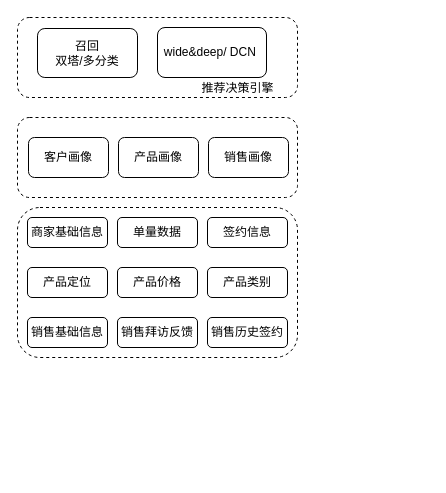
The draw.io diagram 产品推荐.drawio in JintaiYang/drawio, before the edit. Source tidied: cells renumbered, new cells numbered last; positions are measured from the earlier drawing's top-left corner, leaving out a move shared by most shapes. Both pictures are drawn from the tidied source at 100%, with x=0, y=0 at pixel (17, 17).
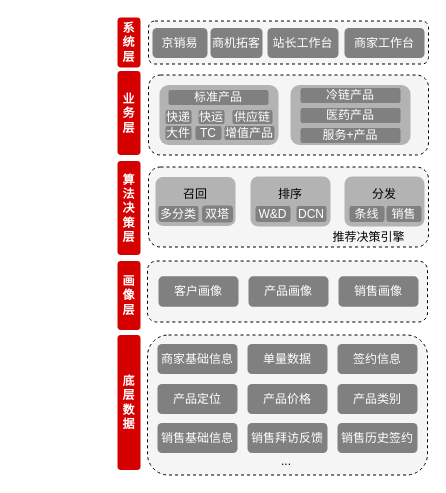
The same diagram, later.

Commit message:
更新产品推荐.drawio

Change to the diagram source:
```diff
@@
-    <mxCell id="2" style="rounded=1;whiteSpace=wrap;html=1;dashed=1;" parent="1" vertex="1">
-      <mxGeometry y="190" width="280" height="150" as="geometry" />
+    <mxCell id="2" style="rounded=1;whiteSpace=wrap;html=1;dashed=1;fillColor=#f5f5f5;fontColor=#333333;strokeColor=#000000;" parent="1" vertex="1">
+      <mxGeometry x="130" y="317.5" width="280" height="140" as="geometry" />
     </mxCell>
-    <mxCell id="3" value="商家基础信息" style="rounded=1;whiteSpace=wrap;html=1;" parent="1" vertex="1">
-      <mxGeometry x="10" y="200" width="80" height="30" as="geometry" />
+    <mxCell id="3" value="商家基础信息" style="rounded=1;whiteSpace=wrap;html=1;fillColor=#808080;fontColor=#FFFFFF;strokeColor=none;" parent="1" vertex="1">
+      <mxGeometry x="140" y="326.5" width="80" height="30" as="geometry" />
     </mxCell>
-    <mxCell id="4" value="单量数据" style="rounded=1;whiteSpace=wrap;html=1;" parent="1" vertex="1">
-      <mxGeometry x="100" y="200" width="80" height="30" as="geometry" />
+    <mxCell id="4" value="单量数据" style="rounded=1;whiteSpace=wrap;html=1;fillColor=#808080;strokeColor=none;fontColor=#FFFFFF;" parent="1" vertex="1">
+      <mxGeometry x="230" y="326.5" width="80" height="30" as="geometry" />
     </mxCell>
-    <mxCell id="5" value="签约信息" style="rounded=1;whiteSpace=wrap;html=1;" parent="1" vertex="1">
-      <mxGeometry x="190" y="200" width="80" height="30" as="geometry" />
+    <mxCell id="5" value="签约信息" style="rounded=1;whiteSpace=wrap;html=1;strokeColor=none;fillColor=#808080;fontColor=#FFFFFF;" parent="1" vertex="1">
+      <mxGeometry x="320" y="326.5" width="80" height="30" as="geometry" />
     </mxCell>
-    <mxCell id="6" value="产品定位" style="rounded=1;whiteSpace=wrap;html=1;" parent="1" vertex="1">
-      <mxGeometry x="10" y="250" width="80" height="30" as="geometry" />
+    <mxCell id="6" value="产品定位" style="rounded=1;whiteSpace=wrap;html=1;fillColor=#808080;strokeColor=none;fontColor=#FFFFFF;" parent="1" vertex="1">
+      <mxGeometry x="140" y="366.5" width="80" height="30" as="geometry" />
     </mxCell>
-    <mxCell id="7" value="产品价格" style="rounded=1;whiteSpace=wrap;html=1;" parent="1" vertex="1">
-      <mxGeometry x="100" y="250" width="80" height="30" as="geometry" />
+    <mxCell id="7" value="产品价格" style="rounded=1;whiteSpace=wrap;html=1;fillColor=#808080;strokeColor=none;fontColor=#FFFFFF;" parent="1" vertex="1">
+      <mxGeometry x="230" y="366.5" width="80" height="30" as="geometry" />
     </mxCell>
-    <mxCell id="8" value="产品类别" style="rounded=1;whiteSpace=wrap;html=1;" parent="1" vertex="1">
-      <mxGeometry x="190" y="250" width="80" height="30" as="geometry" />
+    <mxCell id="8" value="产品类别" style="rounded=1;whiteSpace=wrap;html=1;strokeColor=none;fillColor=#808080;fontColor=#FFFFFF;" parent="1" vertex="1">
+      <mxGeometry x="320" y="366.5" width="80" height="30" as="geometry" />
     </mxCell>
-    <mxCell id="9" value="销售基础信息" style="rounded=1;whiteSpace=wrap;html=1;" parent="1" vertex="1">
-      <mxGeometry x="10" y="300" width="80" height="30" as="geometry" />
+    <mxCell id="9" value="销售基础信息" style="rounded=1;whiteSpace=wrap;html=1;fillColor=#808080;strokeColor=none;fontColor=#FFFFFF;" parent="1" vertex="1">
+      <mxGeometry x="140" y="405.5" width="80" height="30" as="geometry" />
     </mxCell>
-    <mxCell id="10" value="销售拜访反馈" style="rounded=1;whiteSpace=wrap;html=1;" parent="1" vertex="1">
-      <mxGeometry x="100" y="300" width="80" height="30" as="geometry" />
+    <mxCell id="10" value="销售拜访反馈" style="rounded=1;whiteSpace=wrap;html=1;fillColor=#808080;strokeColor=none;fontColor=#FFFFFF;" parent="1" vertex="1">
+      <mxGeometry x="230" y="405.5" width="80" height="30" as="geometry" />
     </mxCell>
-    <mxCell id="11" value="销售历史签约" style="rounded=1;whiteSpace=wrap;html=1;" parent="1" vertex="1">
-      <mxGeometry x="190" y="300" width="80" height="30" as="geometry" />
+    <mxCell id="11" value="销售历史签约" style="rounded=1;whiteSpace=wrap;html=1;fillColor=#808080;strokeColor=none;fontColor=#FFFFFF;" parent="1" vertex="1">
+      <mxGeometry x="320" y="405.5" width="80" height="30" as="geometry" />
     </mxCell>
+    <mxCell id="20" value="..." style="text;html=1;strokeColor=none;fillColor=none;align=center;verticalAlign=middle;whiteSpace=wrap;rounded=0;" parent="1" vertex="1">
+      <mxGeometry x="239" y="428.5" width="60" height="30" as="geometry" />
+    </mxCell>
-    <mxCell id="12" style="rounded=1;whiteSpace=wrap;html=1;dashed=1;" parent="1" vertex="1">
-      <mxGeometry y="100" width="280" height="80" as="geometry" />
+    <mxCell id="12" style="rounded=1;whiteSpace=wrap;html=1;dashed=1;fillColor=#f5f5f5;fontColor=#333333;strokeColor=#000000;" parent="1" vertex="1">
+      <mxGeometry x="130" y="243.5" width="280" height="61" as="geometry" />
     </mxCell>
-    <mxCell id="13" value="客户画像" style="rounded=1;whiteSpace=wrap;html=1;" parent="1" vertex="1">
-      <mxGeometry x="11" y="120" width="80" height="40" as="geometry" />
+    <mxCell id="13" value="客户画像" style="rounded=1;whiteSpace=wrap;html=1;fillColor=#808080;strokeColor=none;fontColor=#FFFFFF;" parent="1" vertex="1">
+      <mxGeometry x="141" y="258.8" width="80" height="30.5" as="geometry" />
     </mxCell>
-    <mxCell id="14" value="销售画像" style="rounded=1;whiteSpace=wrap;html=1;" parent="1" vertex="1">
-      <mxGeometry x="191" y="120" width="80" height="40" as="geometry" />
+    <mxCell id="14" value="销售画像" style="rounded=1;whiteSpace=wrap;html=1;fillColor=#808080;strokeColor=none;fontColor=#FFFFFF;" parent="1" vertex="1">
+      <mxGeometry x="321" y="258.8" width="80" height="30.5" as="geometry" />
     </mxCell>
-    <mxCell id="15" value="产品画像" style="rounded=1;whiteSpace=wrap;html=1;" parent="1" vertex="1">
-      <mxGeometry x="101" y="120" width="80" height="40" as="geometry" />
+    <mxCell id="15" value="产品画像" style="rounded=1;whiteSpace=wrap;html=1;fillColor=#808080;strokeColor=none;fontColor=#FFFFFF;" parent="1" vertex="1">
+      <mxGeometry x="231" y="258.8" width="80" height="30.5" as="geometry" />
     </mxCell>
+    <mxCell id="21" value="&lt;b&gt;&lt;font color=&quot;#ffffff&quot;&gt;系统层&lt;/font&gt;&lt;/b&gt;" style="rounded=1;whiteSpace=wrap;html=1;shadow=0;strokeColor=none;fillColor=#D50101;" parent="1" vertex="1">
+      <mxGeometry x="100" width="23" height="50" as="geometry" />
+    </mxCell>
+    <mxCell id="22" value="&lt;b&gt;&lt;font color=&quot;#ffffff&quot;&gt;底层数据&lt;/font&gt;&lt;/b&gt;" style="rounded=1;whiteSpace=wrap;html=1;shadow=0;strokeColor=none;fillColor=#D50101;" parent="1" vertex="1">
+      <mxGeometry x="100" y="317.5" width="23" height="135" as="geometry" />
+    </mxCell>
+    <mxCell id="23" value="&lt;font color=&quot;#ffffff&quot;&gt;&lt;b&gt;画像层&lt;/b&gt;&lt;/font&gt;" style="rounded=1;whiteSpace=wrap;html=1;shadow=0;strokeColor=none;fillColor=#D50101;" parent="1" vertex="1">
+      <mxGeometry x="100" y="243.5" width="23" height="69" as="geometry" />
+    </mxCell>
+    <mxCell id="24" value="&lt;font color=&quot;#ffffff&quot;&gt;&lt;b&gt;算法决策层&lt;/b&gt;&lt;/font&gt;" style="rounded=1;whiteSpace=wrap;html=1;shadow=0;strokeColor=none;fillColor=#D50101;" parent="1" vertex="1">
+      <mxGeometry x="100" y="143.5" width="23" height="94" as="geometry" />
+    </mxCell>
+    <mxCell id="25" value="&lt;font color=&quot;#ffffff&quot;&gt;&lt;b&gt;业务层&lt;/b&gt;&lt;/font&gt;" style="rounded=1;whiteSpace=wrap;html=1;shadow=0;strokeColor=none;fillColor=#D50101;" parent="1" vertex="1">
+      <mxGeometry x="100" y="53.5" width="23" height="84" as="geometry" />
+    </mxCell>
-    <mxCell id="16" style="rounded=1;whiteSpace=wrap;html=1;dashed=1;" parent="1" vertex="1">
-      <mxGeometry width="280" height="80" as="geometry" />
+    <mxCell id="16" style="rounded=1;whiteSpace=wrap;html=1;dashed=1;fillColor=#f5f5f5;fontColor=#333333;strokeColor=#000000;" parent="1" vertex="1">
+      <mxGeometry x="131" y="149.5" width="280" height="80" as="geometry" />
     </mxCell>
-    <mxCell id="17" value="召回&lt;br&gt;双塔/多分类" style="rounded=1;whiteSpace=wrap;html=1;" parent="1" vertex="1">
-      <mxGeometry x="20" y="11" width="100" height="49" as="geometry" />
+    <mxCell id="17" value="召回&lt;br&gt;&lt;br&gt;" style="rounded=1;whiteSpace=wrap;html=1;fillColor=#B3B3B3;strokeColor=none;" parent="1" vertex="1">
+      <mxGeometry x="138" y="159.5" width="80" height="49" as="geometry" />
     </mxCell>
-    <mxCell id="18" value="wide&amp;amp;deep/ DCN&amp;nbsp;" style="rounded=1;whiteSpace=wrap;html=1;" parent="1" vertex="1">
-      <mxGeometry x="140" y="10" width="109" height="50" as="geometry" />
+    <mxCell id="18" value="排序&lt;br&gt;&lt;br&gt;" style="rounded=1;whiteSpace=wrap;html=1;fillColor=#B3B3B3;strokeColor=none;" parent="1" vertex="1">
+      <mxGeometry x="233" y="159" width="80" height="50" as="geometry" />
     </mxCell>
     <mxCell id="19" value="推荐决策引擎" style="text;html=1;strokeColor=none;fillColor=none;align=center;verticalAlign=middle;whiteSpace=wrap;rounded=0;" parent="1" vertex="1">
-      <mxGeometry x="181" y="56" width="79" height="30" as="geometry" />
+      <mxGeometry x="312" y="204.5" width="79" height="30" as="geometry" />
     </mxCell>
+    <mxCell id="26" value="分发&lt;br&gt;&lt;br&gt;" style="rounded=1;whiteSpace=wrap;html=1;fillColor=#B3B3B3;strokeColor=none;" parent="1" vertex="1">
+      <mxGeometry x="327" y="159" width="80" height="50" as="geometry" />
+    </mxCell>
+    <mxCell id="27" value="双塔" style="rounded=1;whiteSpace=wrap;html=1;strokeColor=#808080;fillColor=#808080;fontColor=#FFFFFF;" parent="1" vertex="1">
+      <mxGeometry x="185" y="188.5" width="30" height="16" as="geometry" />
+    </mxCell>
+    <mxCell id="28" value="多分类" style="rounded=1;whiteSpace=wrap;html=1;fillColor=#808080;strokeColor=none;fontColor=#FFFFFF;" parent="1" vertex="1">
+      <mxGeometry x="141" y="188.5" width="40" height="16" as="geometry" />
+    </mxCell>
+    <mxCell id="29" value="W&amp;amp;D" style="rounded=1;whiteSpace=wrap;html=1;fillColor=#808080;strokeColor=none;fontColor=#FFFFFF;" parent="1" vertex="1">
+      <mxGeometry x="238" y="188.5" width="35" height="16" as="geometry" />
+    </mxCell>
+    <mxCell id="30" value="DCN" style="rounded=1;whiteSpace=wrap;html=1;fillColor=#808080;strokeColor=none;fontColor=#FFFFFF;" parent="1" vertex="1">
+      <mxGeometry x="279" y="188.5" width="30" height="16" as="geometry" />
+    </mxCell>
+    <mxCell id="31" value="条线" style="rounded=1;whiteSpace=wrap;html=1;strokeColor=none;fillColor=#808080;fontColor=#FFFFFF;" parent="1" vertex="1">
+      <mxGeometry x="332" y="188.5" width="35" height="16" as="geometry" />
+    </mxCell>
+    <mxCell id="32" value="销售" style="rounded=1;whiteSpace=wrap;html=1;strokeColor=none;fillColor=#808080;fontColor=#FFFFFF;" parent="1" vertex="1">
+      <mxGeometry x="369" y="188.5" width="35" height="16" as="geometry" />
+    </mxCell>
+    <mxCell id="33" style="rounded=1;whiteSpace=wrap;html=1;dashed=1;fillColor=#f5f5f5;fontColor=#333333;strokeColor=#000000;" parent="1" vertex="1">
+      <mxGeometry x="131" y="57.5" width="280" height="80" as="geometry" />
+    </mxCell>
+    <mxCell id="34" value="&amp;nbsp;&amp;nbsp;" style="rounded=1;whiteSpace=wrap;html=1;fillColor=#B3B3B3;fontColor=#333333;strokeColor=none;" parent="1" vertex="1">
+      <mxGeometry x="142" y="67.5" width="119" height="60" as="geometry" />
+    </mxCell>
+    <mxCell id="35" style="rounded=1;whiteSpace=wrap;html=1;fillColor=#B3B3B3;fontColor=#333333;strokeColor=none;" parent="1" vertex="1">
+      <mxGeometry x="273" y="67.5" width="120" height="60" as="geometry" />
+    </mxCell>
+    <mxCell id="36" value="标准产品" style="rounded=1;whiteSpace=wrap;html=1;fillColor=#808080;fontColor=#FFFFFF;strokeColor=none;" parent="1" vertex="1">
+      <mxGeometry x="151" y="72.5" width="100" height="15" as="geometry" />
+    </mxCell>
+    <mxCell id="37" value="供应链" style="rounded=1;whiteSpace=wrap;html=1;fillColor=#808080;fontColor=#FFFFFF;strokeColor=none;" parent="1" vertex="1">
+      <mxGeometry x="215" y="92.5" width="40" height="14" as="geometry" />
+    </mxCell>
+    <mxCell id="38" value="快运" style="rounded=1;whiteSpace=wrap;html=1;fillColor=#808080;fontColor=#FFFFFF;strokeColor=none;" parent="1" vertex="1">
+      <mxGeometry x="181" y="92.5" width="26" height="14" as="geometry" />
+    </mxCell>
+    <mxCell id="39" value="快递" style="rounded=1;whiteSpace=wrap;html=1;fillColor=#808080;fontColor=#FFFFFF;strokeColor=none;" parent="1" vertex="1">
+      <mxGeometry x="148" y="92.5" width="26" height="14" as="geometry" />
+    </mxCell>
+    <mxCell id="40" value="TC" style="rounded=1;whiteSpace=wrap;html=1;fillColor=#808080;fontColor=#FFFFFF;strokeColor=none;" parent="1" vertex="1">
+      <mxGeometry x="178" y="108.5" width="26" height="14" as="geometry" />
+    </mxCell>
+    <mxCell id="41" value="大件" style="rounded=1;whiteSpace=wrap;html=1;fillColor=#808080;fontColor=#FFFFFF;strokeColor=none;" parent="1" vertex="1">
+      <mxGeometry x="148" y="108.5" width="26" height="14" as="geometry" />
+    </mxCell>
+    <mxCell id="42" value="增值产品" style="rounded=1;whiteSpace=wrap;html=1;fillColor=#808080;fontColor=#FFFFFF;strokeColor=none;" parent="1" vertex="1">
+      <mxGeometry x="207" y="108.5" width="50" height="14" as="geometry" />
+    </mxCell>
+    <mxCell id="43" value="冷链产品" style="rounded=1;whiteSpace=wrap;html=1;fillColor=#808080;fontColor=#FFFFFF;strokeColor=none;" parent="1" vertex="1">
+      <mxGeometry x="283" y="70.5" width="100" height="15" as="geometry" />
+    </mxCell>
+    <mxCell id="44" value="医药产品" style="rounded=1;whiteSpace=wrap;html=1;fillColor=#808080;fontColor=#FFFFFF;strokeColor=none;" parent="1" vertex="1">
+      <mxGeometry x="283" y="90.5" width="100" height="15" as="geometry" />
+    </mxCell>
+    <mxCell id="45" value="服务+产品" style="rounded=1;whiteSpace=wrap;html=1;fillColor=#808080;fontColor=#FFFFFF;strokeColor=none;" parent="1" vertex="1">
+      <mxGeometry x="283" y="110.5" width="100" height="15" as="geometry" />
+    </mxCell>
+    <mxCell id="46" style="rounded=1;whiteSpace=wrap;html=1;dashed=1;fillColor=#f5f5f5;fontColor=#333333;strokeColor=#000000;" parent="1" vertex="1">
+      <mxGeometry x="131" y="3.5" width="280" height="43" as="geometry" />
+    </mxCell>
+    <mxCell id="47" value="京销易" style="rounded=1;whiteSpace=wrap;html=1;fillColor=#808080;strokeColor=none;fontColor=#FFFFFF;" parent="1" vertex="1">
+      <mxGeometry x="135" y="10.5" width="55" height="30" as="geometry" />
+    </mxCell>
+    <mxCell id="48" value="商机拓客" style="rounded=1;whiteSpace=wrap;html=1;fillColor=#808080;strokeColor=none;fontColor=#FFFFFF;" parent="1" vertex="1">
+      <mxGeometry x="193" y="10.5" width="52" height="30" as="geometry" />
+    </mxCell>
+    <mxCell id="49" value="商家工作台" style="rounded=1;whiteSpace=wrap;html=1;fillColor=#808080;strokeColor=none;fontColor=#FFFFFF;" parent="1" vertex="1">
+      <mxGeometry x="327" y="10.5" width="80" height="30" as="geometry" />
+    </mxCell>
+    <mxCell id="50" value="站长工作台" style="rounded=1;whiteSpace=wrap;html=1;fillColor=#808080;strokeColor=none;fontColor=#FFFFFF;" parent="1" vertex="1">
+      <mxGeometry x="250" y="10.5" width="71" height="30" as="geometry" />
+    </mxCell>
```
